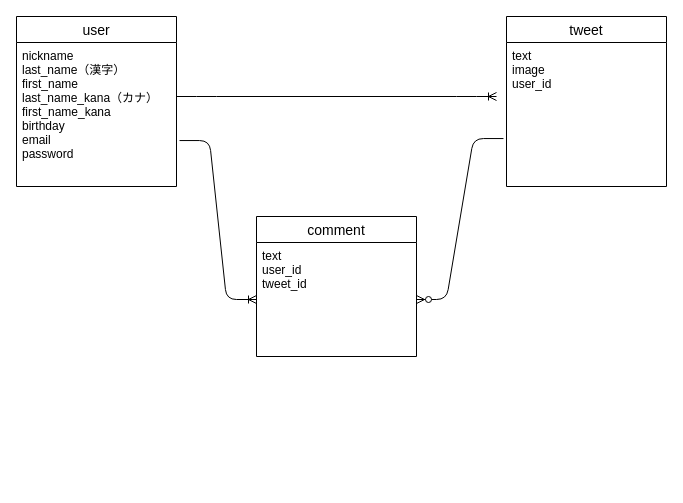
Earlier version of the draw.io diagram .dio (shigehiroakira/tweetapp). Source tidied: cells renumbered, new cells numbered last; positions are measured from the earlier drawing's top-left corner, leaving out a move shared by most shapes. Both pictures are drawn from the tidied source at 100%, with x=0, y=0 at pixel (16, 16).
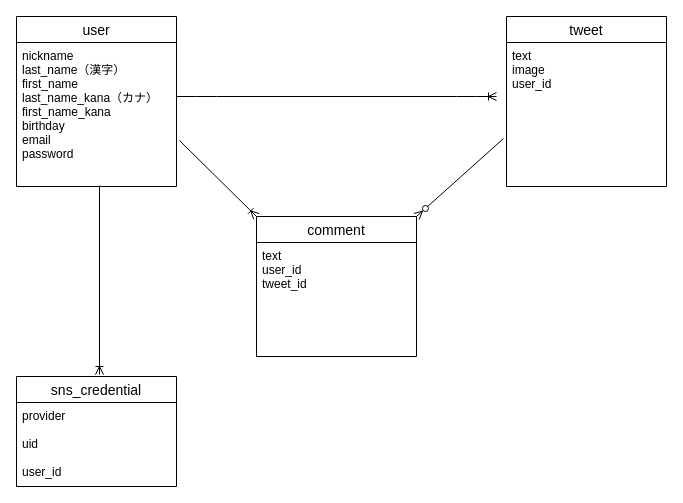
The same diagram, later.

What changed in the source:
```diff
@@
 <mxGraphModel>
   <root>
     <mxCell id="0" />
     <mxCell id="1" parent="0" />
     <mxCell id="2" value="user" style="swimlane;fontStyle=0;horizontal=1;startSize=26;align=center;fontSize=14;" parent="1" vertex="1">
       <mxGeometry width="160" height="170" as="geometry" />
     </mxCell>
     <mxCell id="3" value="nickname&#10;last_name（漢字）&#10;first_name&#10;last_name_kana（カナ）&#10;first_name_kana&#10;birthday&#10;email&#10;password" style="text;strokeColor=none;fillColor=none;spacingLeft=4;spacingRight=4;overflow=hidden;points=[[0,0.5],[1,0.5]];portConstraint=eastwest;fontSize=12;" parent="2" vertex="1">
       <mxGeometry y="26" width="160" height="144" as="geometry" />
     </mxCell>
     <mxCell id="4" value="tweet" style="swimlane;fontStyle=0;horizontal=1;startSize=26;align=center;fontSize=14;" parent="1" vertex="1">
       <mxGeometry x="490" width="160" height="170" as="geometry" />
     </mxCell>
     <mxCell id="5" value="text&#10;image&#10;user_id" style="text;strokeColor=none;fillColor=none;spacingLeft=4;spacingRight=4;overflow=hidden;points=[[0,0.5],[1,0.5]];portConstraint=eastwest;fontSize=12;" parent="4" vertex="1">
       <mxGeometry y="26" width="160" height="144" as="geometry" />
     </mxCell>
     <mxCell id="6" value="comment" style="swimlane;fontStyle=0;horizontal=1;startSize=26;align=center;fontSize=14;" parent="1" vertex="1">
       <mxGeometry x="240" y="200" width="160" height="140" as="geometry" />
     </mxCell>
     <mxCell id="7" value="text&#10;user_id&#10;tweet_id" style="text;strokeColor=none;fillColor=none;spacingLeft=4;spacingRight=4;overflow=hidden;points=[[0,0.5],[1,0.5]];portConstraint=eastwest;fontSize=12;" parent="6" vertex="1">
       <mxGeometry y="26" width="160" height="114" as="geometry" />
     </mxCell>
-    <mxCell id="8" style="edgeStyle=entityRelationEdgeStyle;fontSize=12;html=1;endArrow=ERoneToMany;exitX=1.019;exitY=0.681;exitDx=0;exitDy=0;exitPerimeter=0;entryX=0;entryY=0.5;entryDx=0;entryDy=0;" parent="1" edge="1" source="3" target="7">
+    <mxCell id="8" style="fontSize=12;html=1;endArrow=ERoneToMany;exitX=1.019;exitY=0.681;exitDx=0;exitDy=0;exitPerimeter=0;entryX=0;entryY=0;entryDx=0;entryDy=0;" parent="1" edge="1" source="3" target="6">
       <mxGeometry relative="1" as="geometry" />
     </mxCell>
-    <mxCell id="9" style="edgeStyle=entityRelationEdgeStyle;fontSize=12;html=1;endArrow=ERzeroToMany;endFill=1;exitX=-0.019;exitY=0.667;exitDx=0;exitDy=0;exitPerimeter=0;" parent="1" edge="1" source="5" target="7">
+    <mxCell id="9" style="fontSize=12;html=1;endArrow=ERzeroToMany;endFill=1;exitX=-0.019;exitY=0.667;exitDx=0;exitDy=0;exitPerimeter=0;entryX=1;entryY=0;entryDx=0;entryDy=0;" parent="1" edge="1" source="5" target="6">
       <mxGeometry relative="1" as="geometry" />
     </mxCell>
     <mxCell id="10" style="edgeStyle=entityRelationEdgeStyle;fontSize=12;html=1;endArrow=ERoneToMany;" parent="1" edge="1">
       <mxGeometry relative="1" as="geometry">
         <mxPoint x="160" y="80" as="sourcePoint" />
         <mxPoint x="480" y="80" as="targetPoint" />
       </mxGeometry>
     </mxCell>
+    <mxCell id="11" value="sns_credential" style="swimlane;fontStyle=0;horizontal=1;startSize=26;align=center;fontSize=14;" parent="1" vertex="1">
+      <mxGeometry y="360" width="160" height="110" as="geometry" />
+    </mxCell>
+    <mxCell id="12" value="provider&#10;&#10;uid&#10;&#10;user_id" style="text;strokeColor=none;fillColor=none;spacingLeft=4;spacingRight=4;overflow=hidden;fontSize=12;" parent="11" vertex="1">
+      <mxGeometry y="26" width="160" height="84" as="geometry" />
+    </mxCell>
+    <mxCell id="13" style="fontSize=12;html=1;endArrow=ERoneToMany;" parent="1" edge="1">
+      <mxGeometry relative="1" as="geometry">
+        <mxPoint x="83" y="169" as="sourcePoint" />
+        <mxPoint x="83" y="358" as="targetPoint" />
+      </mxGeometry>
+    </mxCell>
   </root>
 </mxGraphModel>
```
